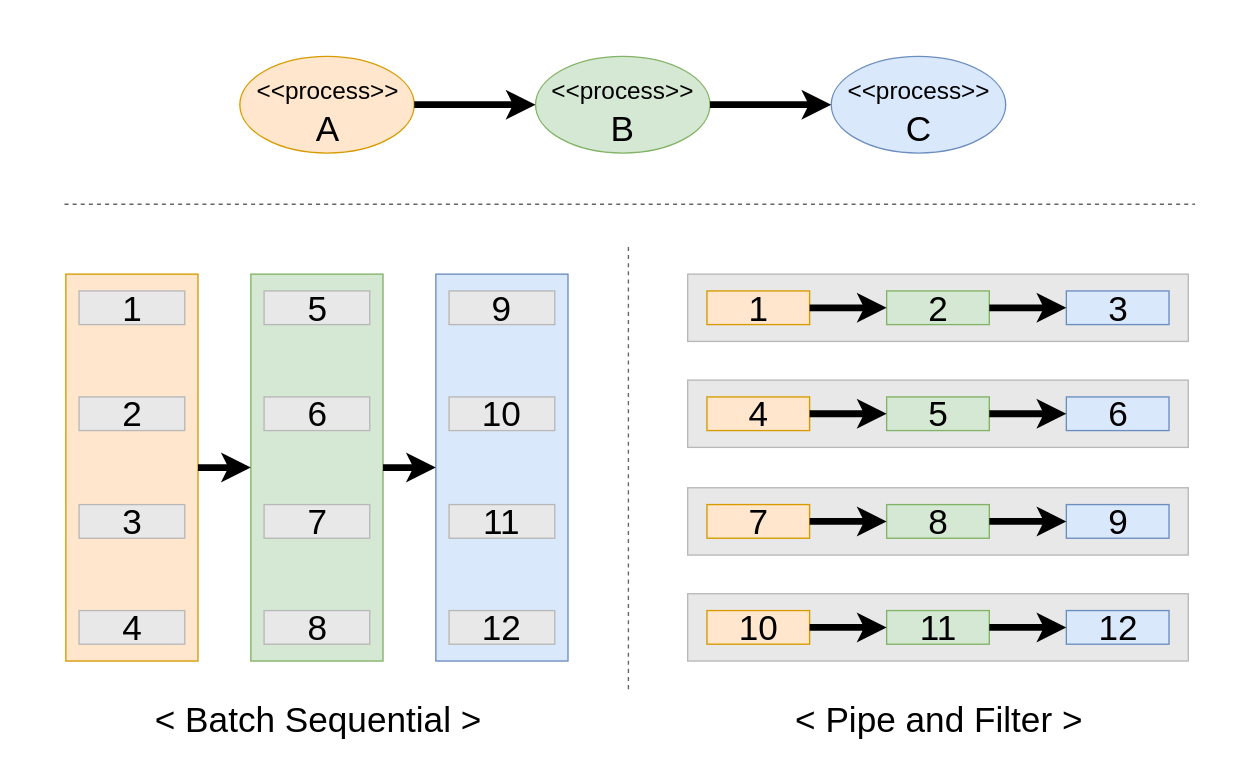
This is content/전산/공부/Batch Sequentail vs. Pipe and Filter.svg from reddiana/reddiana.github.io, a draw.io export, as it was before one commit. Source tidied: cells renumbered, new cells last; positions are measured from the earlier drawing's top-left corner, leaving out a move shared by most shapes.
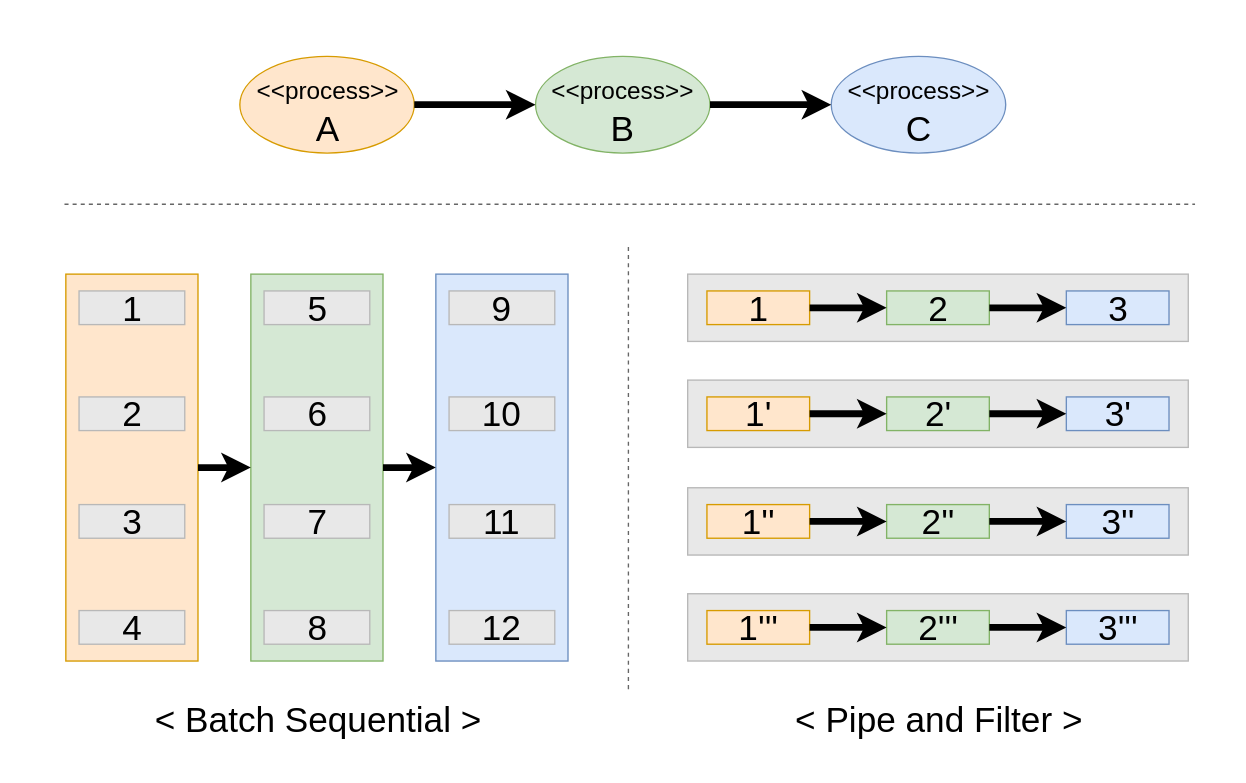
After the change.

What changed in the source:
```diff
@@ -101,13 +101,13 @@
     <mxCell id="32" value="1" style="rounded=0;whiteSpace=wrap;html=1;flipV=0;fontSize=26;fillColor=#ffe6cc;strokeColor=#d79b00;" parent="1" vertex="1">
       <mxGeometry x="507.1" y="205.1" width="75.9" height="24.9" as="geometry" />
     </mxCell>
-    <mxCell id="33" value="4" style="rounded=0;whiteSpace=wrap;html=1;flipV=0;fontSize=26;fillColor=#ffe6cc;strokeColor=#d79b00;" parent="1" vertex="1">
+    <mxCell id="33" value="1'" style="rounded=0;whiteSpace=wrap;html=1;flipV=0;fontSize=26;fillColor=#ffe6cc;strokeColor=#d79b00;" parent="1" vertex="1">
       <mxGeometry x="507.1" y="283.5" width="75.9" height="24.9" as="geometry" />
     </mxCell>
-    <mxCell id="34" value="7" style="rounded=0;whiteSpace=wrap;html=1;flipV=0;fontSize=26;fillColor=#ffe6cc;strokeColor=#d79b00;" parent="1" vertex="1">
+    <mxCell id="34" value="1''" style="rounded=0;whiteSpace=wrap;html=1;flipV=0;fontSize=26;fillColor=#ffe6cc;strokeColor=#d79b00;" parent="1" vertex="1">
       <mxGeometry x="507.1" y="363.1" width="75.9" height="24.9" as="geometry" />
     </mxCell>
-    <mxCell id="35" value="10" style="rounded=0;whiteSpace=wrap;html=1;flipV=0;fontSize=26;fillColor=#ffe6cc;strokeColor=#d79b00;" parent="1" vertex="1">
+    <mxCell id="35" value="1'''" style="rounded=0;whiteSpace=wrap;html=1;flipV=0;fontSize=26;fillColor=#ffe6cc;strokeColor=#d79b00;" parent="1" vertex="1">
       <mxGeometry x="507.1" y="441.5" width="75.9" height="24.9" as="geometry" />
     </mxCell>
     <mxCell id="36" value="2" style="rounded=0;whiteSpace=wrap;html=1;flipV=1;fontSize=26;fillColor=#d5e8d4;strokeColor=#82b366;" parent="1" vertex="1">
@@ -116,19 +116,19 @@
     <mxCell id="37" style="edgeStyle=none;shape=connector;rounded=1;html=1;labelBackgroundColor=default;strokeWidth=5;align=center;verticalAlign=middle;fontFamily=Helvetica;fontSize=26;fontColor=default;endArrow=classic;endFill=1;" parent="1" edge="1" source="32" target="36">
       <mxGeometry relative="1" as="geometry" />
     </mxCell>
-    <mxCell id="38" value="5" style="rounded=0;whiteSpace=wrap;html=1;fontSize=26;fillColor=#d5e8d4;strokeColor=#82b366;" parent="1" vertex="1">
+    <mxCell id="38" value="2'" style="rounded=0;whiteSpace=wrap;html=1;fontSize=26;fillColor=#d5e8d4;strokeColor=#82b366;" parent="1" vertex="1">
       <mxGeometry x="639.9" y="283.5" width="75.9" height="24.9" as="geometry" />
     </mxCell>
     <mxCell id="39" style="edgeStyle=none;shape=connector;rounded=1;html=1;labelBackgroundColor=default;strokeWidth=5;align=center;verticalAlign=middle;fontFamily=Helvetica;fontSize=26;fontColor=default;endArrow=classic;endFill=1;" parent="1" edge="1" source="33" target="38">
       <mxGeometry relative="1" as="geometry" />
     </mxCell>
-    <mxCell id="40" value="8" style="rounded=0;whiteSpace=wrap;html=1;fontSize=26;fillColor=#d5e8d4;strokeColor=#82b366;" parent="1" vertex="1">
+    <mxCell id="40" value="2''" style="rounded=0;whiteSpace=wrap;html=1;fontSize=26;fillColor=#d5e8d4;strokeColor=#82b366;" parent="1" vertex="1">
       <mxGeometry x="639.9" y="363.1" width="75.9" height="24.9" as="geometry" />
     </mxCell>
     <mxCell id="41" style="edgeStyle=none;shape=connector;rounded=1;html=1;labelBackgroundColor=default;strokeWidth=5;align=center;verticalAlign=middle;fontFamily=Helvetica;fontSize=26;fontColor=default;endArrow=classic;endFill=1;" parent="1" edge="1" source="34" target="40">
       <mxGeometry relative="1" as="geometry" />
     </mxCell>
-    <mxCell id="42" value="11" style="rounded=0;whiteSpace=wrap;html=1;fontSize=26;fillColor=#d5e8d4;strokeColor=#82b366;" parent="1" vertex="1">
+    <mxCell id="42" value="2'''" style="rounded=0;whiteSpace=wrap;html=1;fontSize=26;fillColor=#d5e8d4;strokeColor=#82b366;" parent="1" vertex="1">
       <mxGeometry x="639.9" y="441.5" width="75.9" height="24.9" as="geometry" />
     </mxCell>
     <mxCell id="43" style="edgeStyle=none;shape=connector;rounded=1;html=1;labelBackgroundColor=default;strokeWidth=5;align=center;verticalAlign=middle;fontFamily=Helvetica;fontSize=26;fontColor=default;endArrow=classic;endFill=1;" parent="1" edge="1" source="35" target="42">
@@ -140,16 +140,16 @@
     <mxCell id="45" style="edgeStyle=none;shape=connector;rounded=1;html=1;labelBackgroundColor=default;strokeWidth=5;align=center;verticalAlign=middle;fontFamily=Helvetica;fontSize=26;fontColor=default;endArrow=classic;endFill=1;" parent="1" edge="1" source="36" target="44">
       <mxGeometry relative="1" as="geometry" />
     </mxCell>
-    <mxCell id="46" value="6" style="rounded=0;whiteSpace=wrap;html=1;fontSize=26;fillColor=#dae8fc;strokeColor=#6c8ebf;" parent="1" vertex="1">
+    <mxCell id="46" value="3'" style="rounded=0;whiteSpace=wrap;html=1;fontSize=26;fillColor=#dae8fc;strokeColor=#6c8ebf;" parent="1" vertex="1">
       <mxGeometry x="772.8" y="283.5" width="75.9" height="24.9" as="geometry" />
     </mxCell>
     <mxCell id="47" style="edgeStyle=none;shape=connector;rounded=1;html=1;labelBackgroundColor=default;strokeWidth=5;align=center;verticalAlign=middle;fontFamily=Helvetica;fontSize=26;fontColor=default;endArrow=classic;endFill=1;" parent="1" edge="1" source="38" target="46">
       <mxGeometry relative="1" as="geometry" />
     </mxCell>
-    <mxCell id="48" value="9" style="rounded=0;whiteSpace=wrap;html=1;fontSize=26;fillColor=#dae8fc;strokeColor=#6c8ebf;" parent="1" vertex="1">
+    <mxCell id="48" value="3''" style="rounded=0;whiteSpace=wrap;html=1;fontSize=26;fillColor=#dae8fc;strokeColor=#6c8ebf;" parent="1" vertex="1">
       <mxGeometry x="772.8" y="363.1" width="75.9" height="24.9" as="geometry" />
     </mxCell>
-    <mxCell id="49" value="12" style="rounded=0;whiteSpace=wrap;html=1;fontSize=26;fillColor=#dae8fc;strokeColor=#6c8ebf;" parent="1" vertex="1">
+    <mxCell id="49" value="3'''" style="rounded=0;whiteSpace=wrap;html=1;fontSize=26;fillColor=#dae8fc;strokeColor=#6c8ebf;" parent="1" vertex="1">
       <mxGeometry x="772.8" y="441.5" width="75.9" height="24.9" as="geometry" />
     </mxCell>
     <mxCell id="50" style="edgeStyle=none;shape=connector;rounded=1;html=1;labelBackgroundColor=default;strokeWidth=5;align=center;verticalAlign=middle;fontFamily=Helvetica;fontSize=26;fontColor=default;endArrow=classic;endFill=1;" parent="1" edge="1" source="40" target="48">
```
